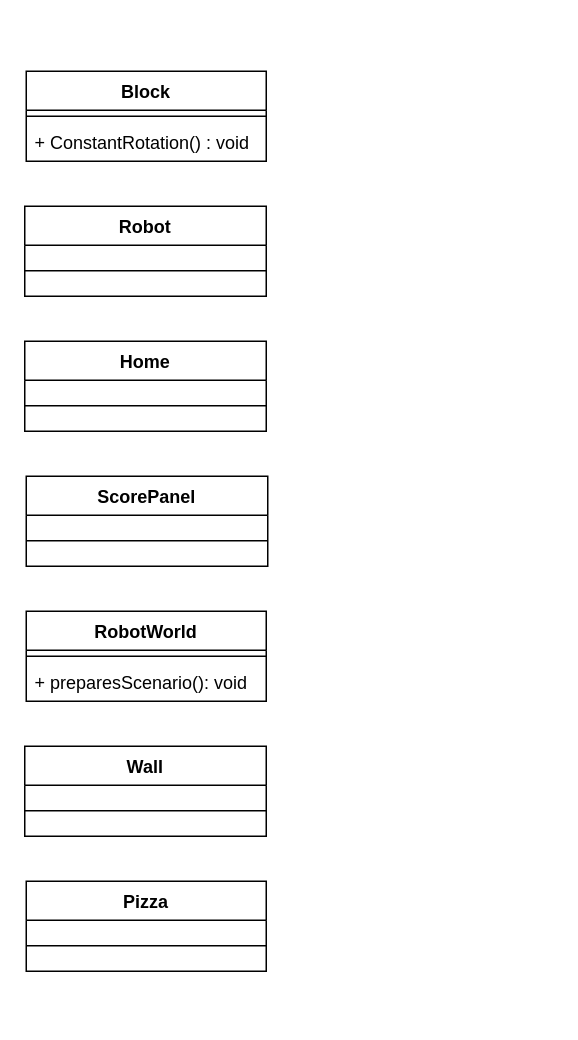
Above: Untitled Diagram.drawio in Sprastrum/Robot-Game (draw.io), before the change. Source tidied: cells renumbered, new cells numbered last; positions are measured from the earlier drawing's top-left corner, leaving out a move shared by most shapes. Both pictures are drawn from the tidied source at 150%, with x=0, y=0 at pixel (24, 70).
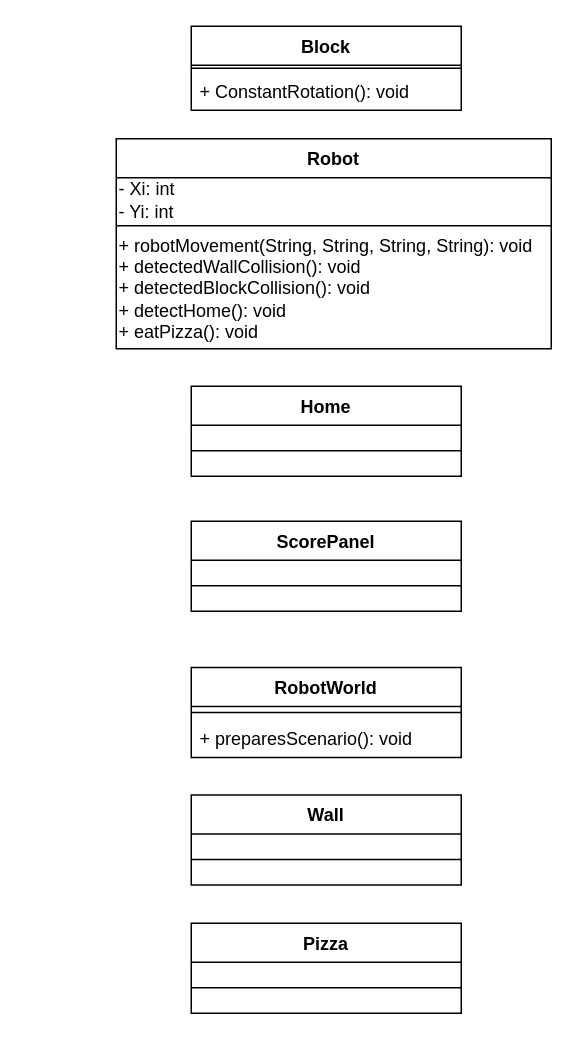
The same page after the edit.

Change to the diagram source:
```diff
@@
 <mxGraphModel>
   <root>
     <mxCell id="0" />
     <mxCell id="1" parent="0" />
     <mxCell id="2" value="Block" style="swimlane;fontStyle=1;align=center;verticalAlign=top;horizontal=1;startSize=26;" parent="1" vertex="1">
-      <mxGeometry x="1" width="160" height="60" as="geometry" />
+      <mxGeometry x="111" y="-30" width="180" height="56" as="geometry" />
     </mxCell>
     <mxCell id="3" style="line;strokeWidth=1;fillColor=none;align=left;verticalAlign=middle;spacingTop=-1;spacingLeft=3;spacingRight=3;labelPosition=right;" parent="2" vertex="1">
-      <mxGeometry y="26" width="160" height="8" as="geometry" />
+      <mxGeometry y="26" width="180" height="4" as="geometry" />
     </mxCell>
-    <mxCell id="4" value="+ ConstantRotation() : void" style="text;strokeColor=none;fillColor=none;align=left;verticalAlign=top;spacingLeft=4;spacingRight=4;overflow=hidden;" parent="2" vertex="1">
-      <mxGeometry y="34" width="160" height="26" as="geometry" />
+    <mxCell id="4" value="+ ConstantRotation(): void" style="text;strokeColor=none;fillColor=none;align=left;verticalAlign=top;spacingLeft=4;spacingRight=4;overflow=hidden;" parent="2" vertex="1">
+      <mxGeometry y="30" width="180" height="26" as="geometry" />
     </mxCell>
     <mxCell id="5" value="Home" style="swimlane;fontStyle=1;align=center;verticalAlign=top;horizontal=1;startSize=26;" parent="1" vertex="1">
-      <mxGeometry y="180" width="161" height="60" as="geometry" />
+      <mxGeometry x="111" y="210" width="180" height="60" as="geometry" />
     </mxCell>
     <mxCell id="6" style="line;strokeWidth=1;fillColor=none;align=left;verticalAlign=middle;spacingTop=-1;spacingLeft=3;spacingRight=3;labelPosition=right;" parent="5" vertex="1">
-      <mxGeometry y="26" width="161" height="34" as="geometry" />
+      <mxGeometry y="26" width="180" height="34" as="geometry" />
     </mxCell>
     <mxCell id="7" value="RobotWorld" style="swimlane;fontStyle=1;align=center;verticalAlign=top;horizontal=1;startSize=26;" parent="1" vertex="1">
-      <mxGeometry x="1" y="360" width="160" height="60" as="geometry" />
+      <mxGeometry x="111" y="397.5" width="180" height="60" as="geometry" />
     </mxCell>
     <mxCell id="8" style="line;strokeWidth=1;fillColor=none;align=left;verticalAlign=middle;spacingTop=-1;spacingLeft=3;spacingRight=3;labelPosition=right;" parent="7" vertex="1">
-      <mxGeometry y="26" width="160" height="8" as="geometry" />
+      <mxGeometry y="26" width="180" height="8" as="geometry" />
     </mxCell>
     <mxCell id="9" value="+ preparesScenario(): void" style="text;strokeColor=none;fillColor=none;align=left;verticalAlign=top;spacingLeft=4;spacingRight=4;overflow=hidden;" parent="7" vertex="1">
-      <mxGeometry y="34" width="160" height="26" as="geometry" />
+      <mxGeometry y="34" width="180" height="26" as="geometry" />
     </mxCell>
     <mxCell id="10" value="Pizza" style="swimlane;fontStyle=1;align=center;verticalAlign=top;horizontal=1;startSize=26;" parent="1" vertex="1">
-      <mxGeometry x="1" y="540" width="160" height="60" as="geometry" />
+      <mxGeometry x="111" y="568" width="180" height="60" as="geometry" />
     </mxCell>
     <mxCell id="11" style="line;strokeWidth=1;fillColor=none;align=left;verticalAlign=middle;spacingTop=-1;spacingLeft=3;spacingRight=3;labelPosition=right;" parent="10" vertex="1">
-      <mxGeometry y="26" width="160" height="34" as="geometry" />
+      <mxGeometry y="26" width="180" height="34" as="geometry" />
     </mxCell>
     <mxCell id="12" value="ScorePanel" style="swimlane;fontStyle=1;align=center;verticalAlign=top;horizontal=1;startSize=26;" parent="1" vertex="1">
-      <mxGeometry x="1" y="270" width="161" height="60" as="geometry" />
+      <mxGeometry x="111" y="300" width="180" height="60" as="geometry" />
     </mxCell>
     <mxCell id="13" style="line;strokeWidth=1;fillColor=none;align=left;verticalAlign=middle;spacingTop=-1;spacingLeft=3;spacingRight=3;labelPosition=right;" parent="12" vertex="1">
-      <mxGeometry y="26" width="161" height="34" as="geometry" />
+      <mxGeometry y="26" width="180" height="34" as="geometry" />
     </mxCell>
     <mxCell id="14" value="Wall" style="swimlane;fontStyle=1;align=center;verticalAlign=top;horizontal=1;startSize=26;" parent="1" vertex="1">
-      <mxGeometry y="450" width="161" height="60" as="geometry" />
+      <mxGeometry x="111" y="482.5" width="180" height="60" as="geometry" />
     </mxCell>
     <mxCell id="15" style="line;strokeWidth=1;fillColor=none;align=left;verticalAlign=middle;spacingTop=-1;spacingLeft=3;spacingRight=3;labelPosition=right;" parent="14" vertex="1">
-      <mxGeometry y="26" width="161" height="34" as="geometry" />
+      <mxGeometry y="26" width="180" height="34" as="geometry" />
     </mxCell>
     <mxCell id="16" value="Robot" style="swimlane;fontStyle=1;align=center;verticalAlign=top;horizontal=1;startSize=26;" parent="1" vertex="1">
-      <mxGeometry y="90" width="161" height="60" as="geometry" />
+      <mxGeometry x="61" y="45" width="290" height="140" as="geometry" />
     </mxCell>
+    <mxCell id="18" value="- Xi: int&lt;br&gt;- Yi: int" style="text;html=1;align=left;verticalAlign=middle;" parent="16" vertex="1">
+      <mxGeometry y="26" width="290" height="30" as="geometry" />
+    </mxCell>
     <mxCell id="17" style="line;strokeWidth=1;fillColor=none;align=left;verticalAlign=middle;spacingTop=-1;spacingLeft=3;spacingRight=3;labelPosition=right;" parent="16" vertex="1">
-      <mxGeometry y="26" width="161" height="34" as="geometry" />
+      <mxGeometry y="56" width="290" height="4" as="geometry" />
     </mxCell>
+    <mxCell id="19" value="+ robotMovement(String, String, String, String): void&lt;br&gt;+ detectedWallCollision(): void&lt;br&gt;+ detectedBlockCollision(): void&lt;br&gt;+ detectHome(): void&lt;br&gt;+ eatPizza(): void" style="text;html=1;align=left;verticalAlign=middle;" parent="16" vertex="1">
+      <mxGeometry y="60" width="290" height="80" as="geometry" />
+    </mxCell>
   </root>
 </mxGraphModel>
```
